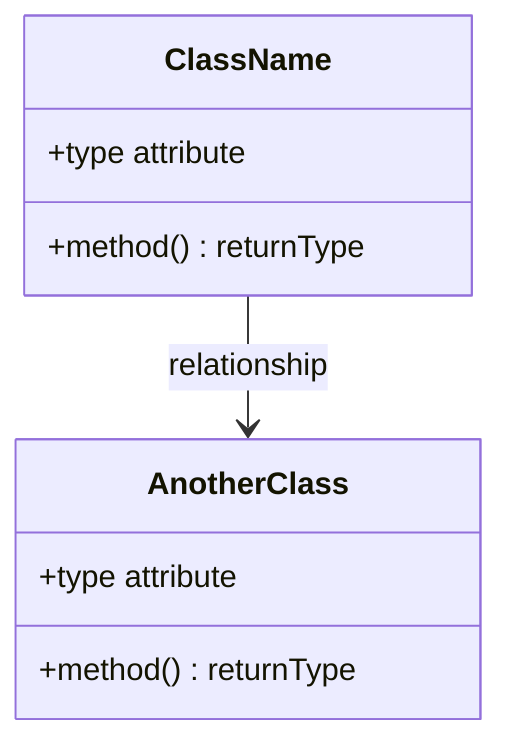
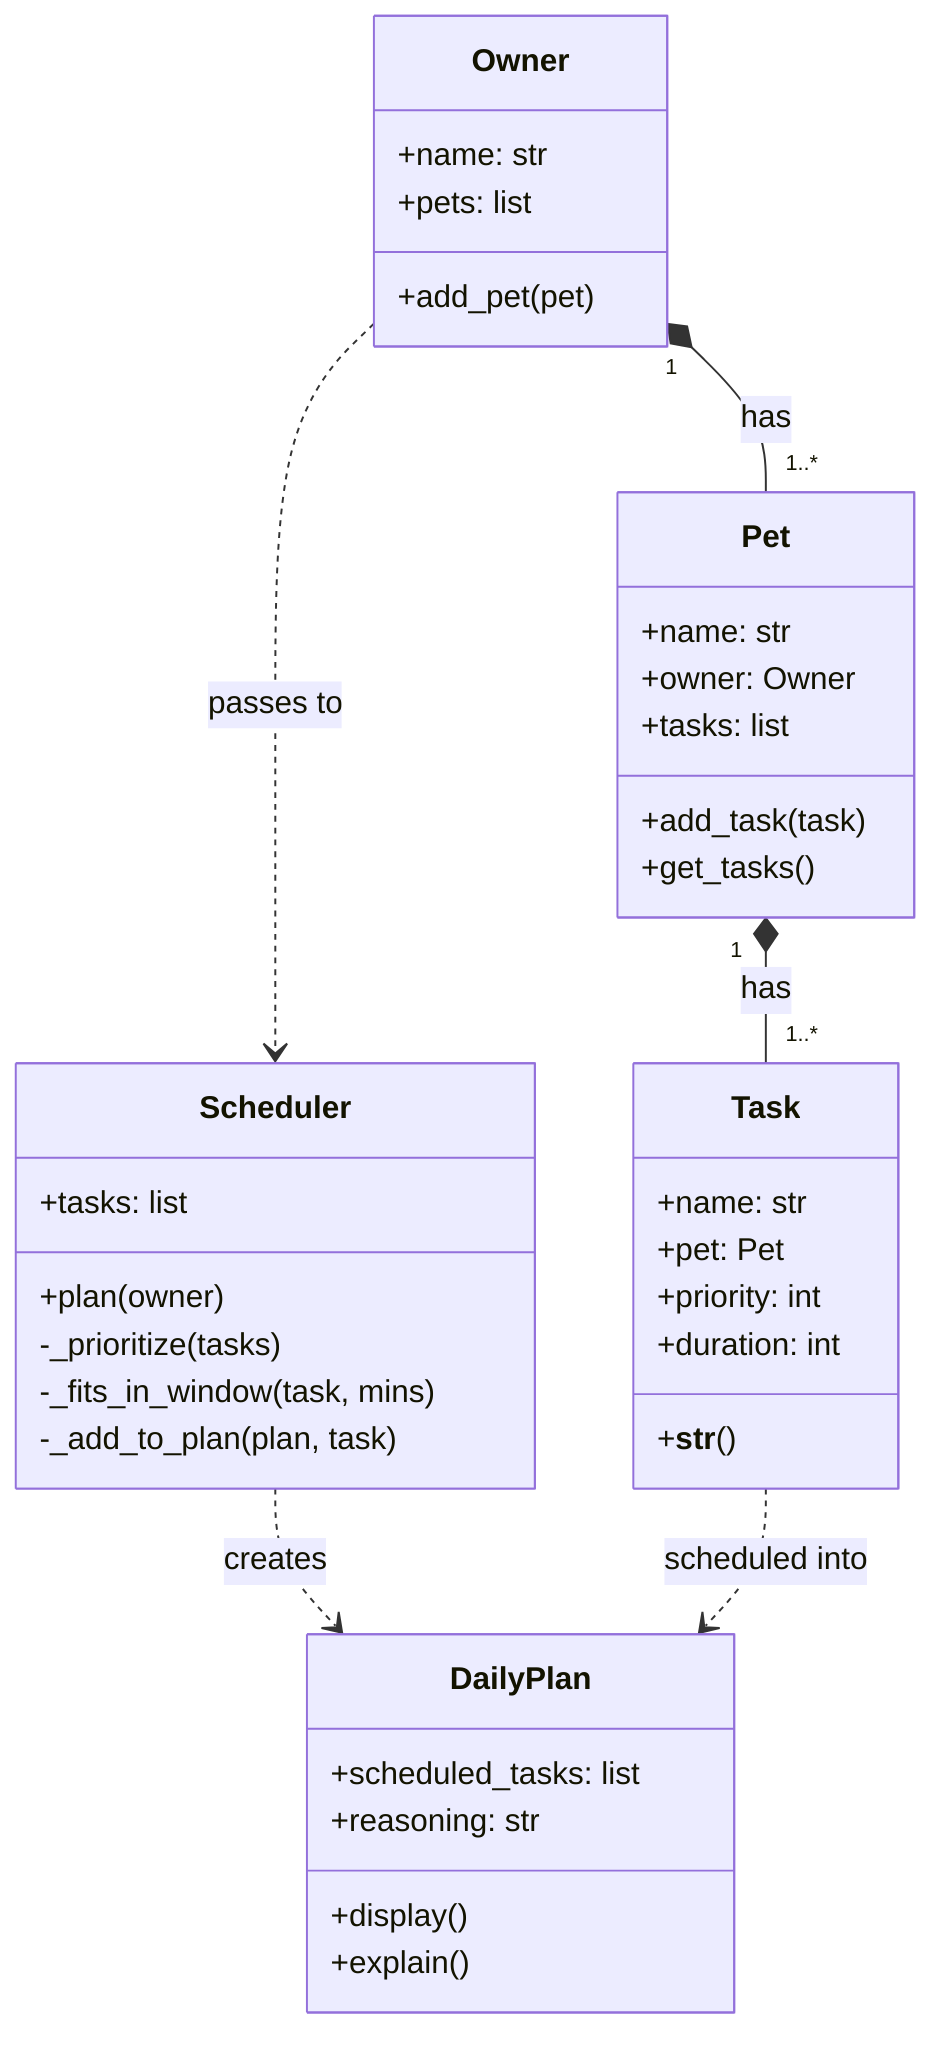
classDiagram
-     %% Replace the placeholders below with your actual classes, attributes, methods, and relationships.
-     %% Keep this file updated so it matches your final implementation.
- 
-     class ClassName {
-         +type attribute
-         +method() returnType
+     class Owner {
+         +name: str
+         +pets: list
+         +add_pet(pet)
    }

-     class AnotherClass {
-         +type attribute
-         +method() returnType
+     class Pet {
+         +name: str
+         +owner: Owner
+         +tasks: list
+         +add_task(task)
+         +get_tasks()
    }

-     ClassName --> AnotherClass : relationship
+     class Task {
+         +name: str
+         +pet: Pet
+         +priority: int
+         +duration: int
+         +__str__()
+     }
+ 
+     class Scheduler {
+         +tasks: list
+         +plan(owner)
+         -_prioritize(tasks)
+         -_fits_in_window(task, mins)
+         -_add_to_plan(plan, task)
+     }
+ 
+     class DailyPlan {
+         +scheduled_tasks: list
+         +reasoning: str
+         +display()
+         +explain()
+     }
+ 
+     Owner "1" *-- "1..*" Pet : has
+     Pet "1" *-- "1..*" Task : has
+     Owner ..> Scheduler : passes to
+     Scheduler ..> DailyPlan : creates
+     Task ..> DailyPlan : scheduled into